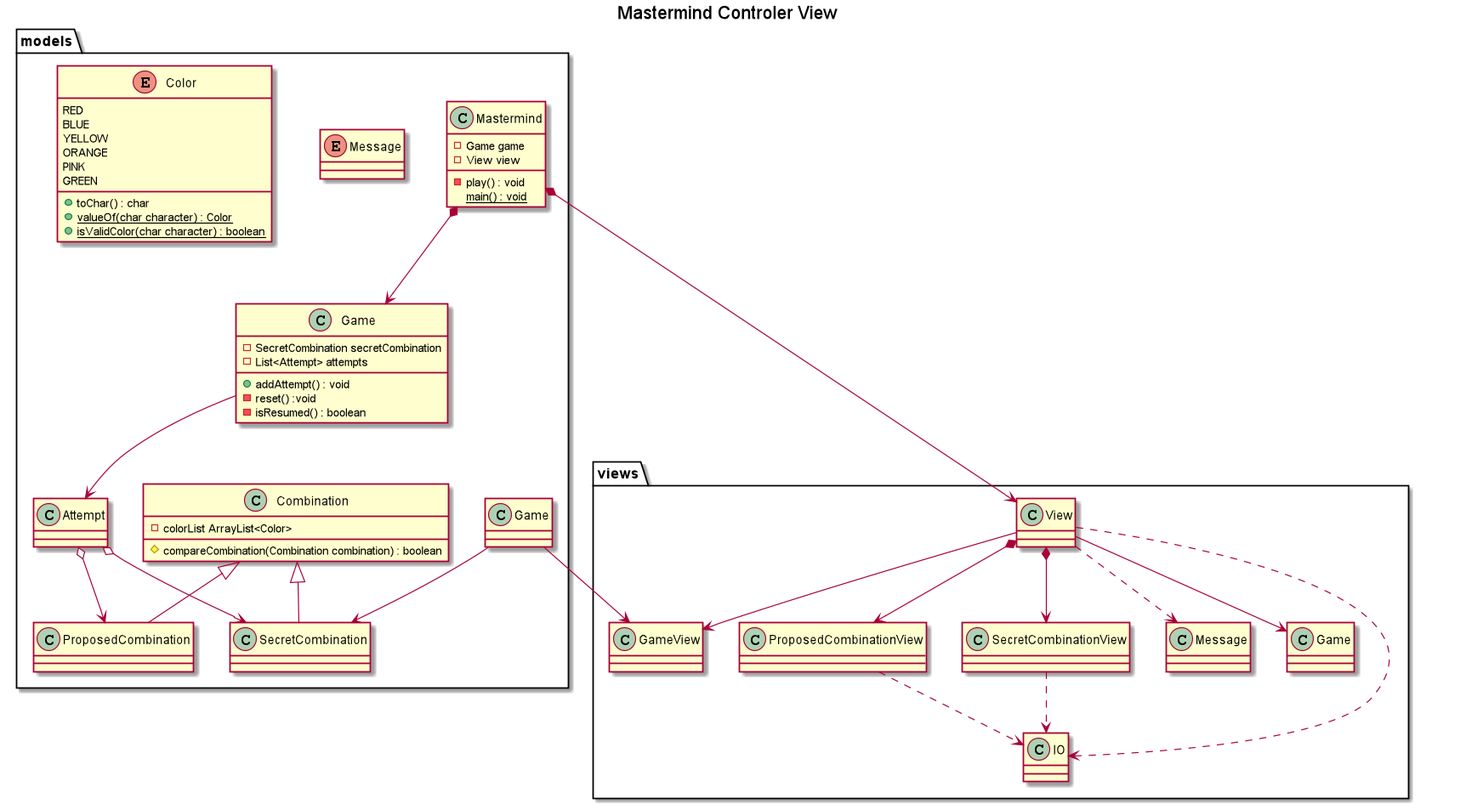
The PlantUML diagram Document View UML/mastermind_document_view.png in Master-Desarrollo-20-21/diseno-oo-ejercicio2-mastermind-document-view-jumpering, before a commit.
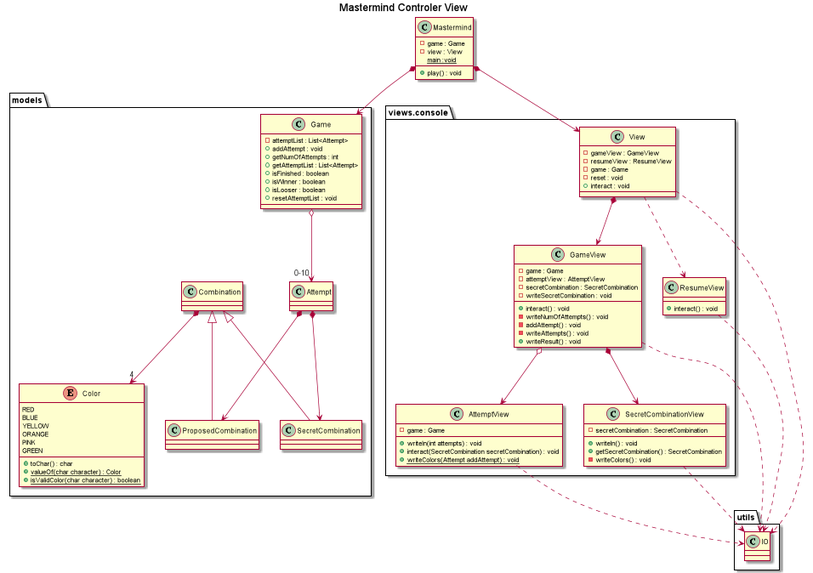
After the commit.

Commit message:
Model View Version UML

Change to the diagram source:
```diff
@@ -2,36 +2,57 @@
 
 title Mastermind Controler View
 
-
-
-
-package models {
-class Mastermind {
-- Game game
-- View view
-- play() : void
-{static} main() : void
-}
-Mastermind *--> Game
-class Game {
-- SecretCombination secretCombination
-- List<Attempt> attempts
-+ addAttempt() : void
-- reset() :void
-- isResumed() : boolean
+class Mastermind{
+- game : Game
+- view : View
++ play() : void
+{static} main :void
 }
 
-enum Message
+Mastermind *--> models.Game
+Mastermind *--> views.console.View
+namespace views.console{
+class View{
+- gameView : GameView
+- resumeView : ResumeView
+- game : Game
+- reset : void
++ interact : void
 
-class Combination{
-- colorList ArrayList<Color>
-#compareCombination(Combination combination) : boolean
+}
+class GameView{
+- game : Game
+- attemptView : AttemptView
+- secretCombination : SecretCombination
++ interact() : void
+- writeNumOfAttempts() : void
+- writeSecretCombination : void
+- addAttempt() : void
+- writeAttempts() : void
++ writeResult() : void
+}
+class ResumeView{
++ interact() : void
+}
+class AttemptView{
+- game : Game
++ writeln(int attempts) : void
++ interact(SecretCombination secretCombination) : void
++{static} writeColors(Attempt addAttempt) : void
+}
+class SecretCombinationView{
+- secretCombination : SecretCombination
++ writeln() : void
++ getSecretCombination() : SecretCombination
+- writeColors() : void
+}
+View *--> GameView
+View ..> ResumeView
+GameView o--> AttemptView
+GameView *--> SecretCombinationView
 }
 
-class SecretCombination{
-
-}
-
+namespace models{
 Enum Color{
 RED
 BLUE
@@ -43,30 +64,31 @@
 + {static} valueOf(char character) : Color
 + {static} isValidColor(char character) : boolean
 }
-Attempt o--> ProposedCombination
-Attempt o--> SecretCombination
+class Game{
+- attemptList : List<Attempt>
++ addAttempt : void
++ getNumOfAttempts : int
++ getAttemptList : List<Attempt>
++ isFinished : boolean
++ isWinner : boolean
++ isLooser : boolean
++ resetAttemptList : void
+}
+Game o-->"0-10" Attempt
+Attempt *--> ProposedCombination
+Attempt *--> SecretCombination
+Combination <|-down- ProposedCombination
+Combination <|-down- SecretCombination
+Combination *-->"4" Color
+}
 
-}
-Mastermind *--> views.View
-models.Game --> SecretCombination
-Game --> Attempt
+namespace utils{
+views.console.View ..> IO
+views.console.GameView ..> IO
+views.console.ResumeView ..> IO
+views.console.SecretCombinationView ..> IO
+views.console.AttemptView ..> IO
 
-
-
-
-SecretCombination -up-^ Combination
-ProposedCombination -up-^ Combination
-
-package views {
-View --> Game
-View --> GameView
-View *--> ProposedCombinationView
-View *--> SecretCombinationView
-View ..> IO
-View ..> Message
-ProposedCombinationView ..> IO
-SecretCombinationView ..> IO
-models.Game --> GameView
 
 }
 @enduml
```
